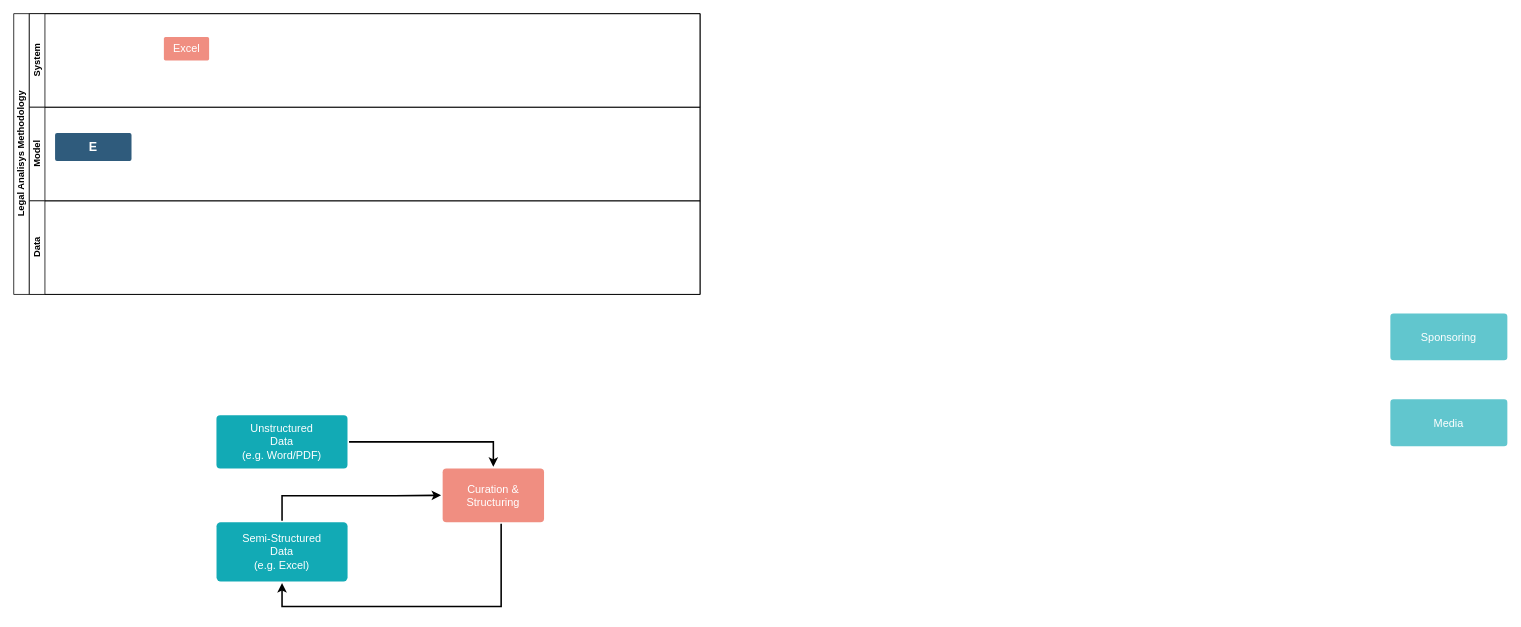
Above: docs/lam vision.drawio in meaningfy-ws/lam4vb3 (draw.io), before the change. Source tidied: cells renumbered, new cells numbered last; positions are measured from the earlier drawing's top-left corner, leaving out a move shared by most shapes. Both pictures are drawn from the tidied source at 78%, with x=0, y=0 at pixel (13, 13).
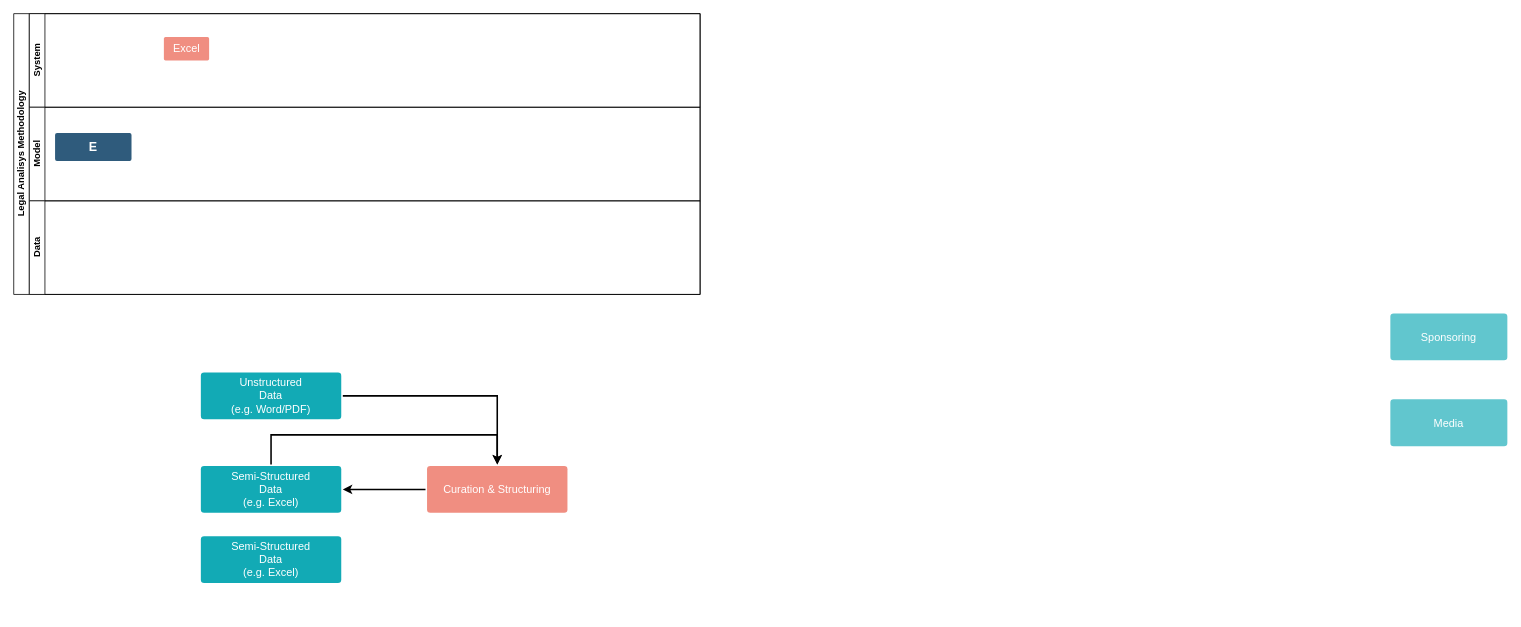
Above is the later version.

Diff of the diagram source:
```diff
@@
-    <mxCell id="10" style="edgeStyle=orthogonalEdgeStyle;rounded=0;jettySize=auto;html=1;entryX=0;entryY=0.5;entryDx=0;entryDy=0;strokeWidth=2;exitX=0.5;exitY=0;exitDx=0;exitDy=0;" parent="1" edge="1" source="11" target="15">
+    <mxCell id="10" style="edgeStyle=orthogonalEdgeStyle;rounded=0;jettySize=auto;html=1;strokeWidth=2;exitX=0.5;exitY=0;exitDx=0;exitDy=0;" parent="1" edge="1" source="11">
       <mxGeometry relative="1" as="geometry">
+        <mxPoint x="620" y="578" as="targetPoint" />
         <Array as="points">
-          <mxPoint x="344" y="618" />
-          <mxPoint x="489" y="618" />
+          <mxPoint x="330" y="540" />
+          <mxPoint x="620" y="540" />
         </Array>
       </mxGeometry>
     </mxCell>
     <mxCell id="11" value="&lt;span style=&quot;font-weight: normal&quot;&gt;Semi-Structured&lt;br&gt;Data&lt;br&gt;(e.g. Excel)&lt;/span&gt;&lt;br&gt;" style="rounded=1;whiteSpace=wrap;html=1;shadow=0;labelBackgroundColor=none;strokeColor=none;strokeWidth=3;fillColor=#12aab5;fontFamily=Helvetica;fontSize=14;fontColor=#FFFFFF;align=center;spacing=5;fontStyle=1;arcSize=7;perimeterSpacing=2;" parent="1" vertex="1">
-      <mxGeometry x="260.1" y="652" width="168" height="76" as="geometry" />
+      <mxGeometry x="240" y="580" width="180" height="60" as="geometry" />
     </mxCell>
     <mxCell id="12" style="edgeStyle=orthogonalEdgeStyle;rounded=0;jettySize=auto;html=1;strokeWidth=2;exitX=1;exitY=0.5;exitDx=0;exitDy=0;entryX=0.5;entryY=0;entryDx=0;entryDy=0;" parent="1" edge="1" source="13" target="15">
-      <mxGeometry relative="1" as="geometry">
-        <Array as="points">
-          <mxPoint x="615" y="549" />
-        </Array>
-      </mxGeometry>
+      <mxGeometry relative="1" as="geometry" />
     </mxCell>
     <mxCell id="13" value="&lt;span style=&quot;font-weight: normal&quot;&gt;Unstructured&lt;br&gt;Data&lt;br&gt;(e.g. Word/PDF)&lt;/span&gt;&lt;br&gt;" style="rounded=1;whiteSpace=wrap;html=1;shadow=0;labelBackgroundColor=none;strokeColor=none;strokeWidth=3;fillColor=#12aab5;fontFamily=Helvetica;fontSize=14;fontColor=#FFFFFF;align=center;spacing=5;fontStyle=1;arcSize=7;perimeterSpacing=2;" parent="1" vertex="1">
-      <mxGeometry x="260" y="515" width="168" height="68" as="geometry" />
+      <mxGeometry x="240" y="460" width="180" height="60" as="geometry" />
     </mxCell>
-    <mxCell id="14" style="edgeStyle=orthogonalEdgeStyle;rounded=0;jettySize=auto;html=1;entryX=0.5;entryY=1;entryDx=0;entryDy=0;strokeWidth=2;" parent="1" edge="1" source="15" target="11">
-      <mxGeometry relative="1" as="geometry">
-        <Array as="points">
-          <mxPoint x="625" y="760" />
-          <mxPoint x="344" y="760" />
-        </Array>
-      </mxGeometry>
+    <mxCell id="14" style="edgeStyle=orthogonalEdgeStyle;rounded=0;jettySize=auto;html=1;entryX=1;entryY=0.5;entryDx=0;entryDy=0;strokeWidth=2;" parent="1" edge="1" source="15" target="11">
+      <mxGeometry relative="1" as="geometry" />
     </mxCell>
     <mxCell id="15" value="Curation &amp;amp; Structuring" style="rounded=1;whiteSpace=wrap;html=1;shadow=0;labelBackgroundColor=none;strokeColor=none;strokeWidth=3;fillColor=#f08e81;fontFamily=Helvetica;fontSize=14;fontColor=#FFFFFF;align=center;spacing=5;fontStyle=0;arcSize=7;perimeterSpacing=2;" parent="1" vertex="1">
-      <mxGeometry x="550" y="583" width="130" height="69" as="geometry" />
+      <mxGeometry x="530" y="580" width="180" height="60" as="geometry" />
     </mxCell>
+    <mxCell id="16" value="&lt;span style=&quot;font-weight: normal&quot;&gt;Semi-Structured&lt;br&gt;Data&lt;br&gt;(e.g. Excel)&lt;/span&gt;&lt;br&gt;" style="rounded=1;whiteSpace=wrap;html=1;shadow=0;labelBackgroundColor=none;strokeColor=none;strokeWidth=3;fillColor=#12aab5;fontFamily=Helvetica;fontSize=14;fontColor=#FFFFFF;align=center;spacing=5;fontStyle=1;arcSize=7;perimeterSpacing=2;" parent="1" vertex="1">
+      <mxGeometry x="240" y="670" width="180" height="60" as="geometry" />
+    </mxCell>
```
